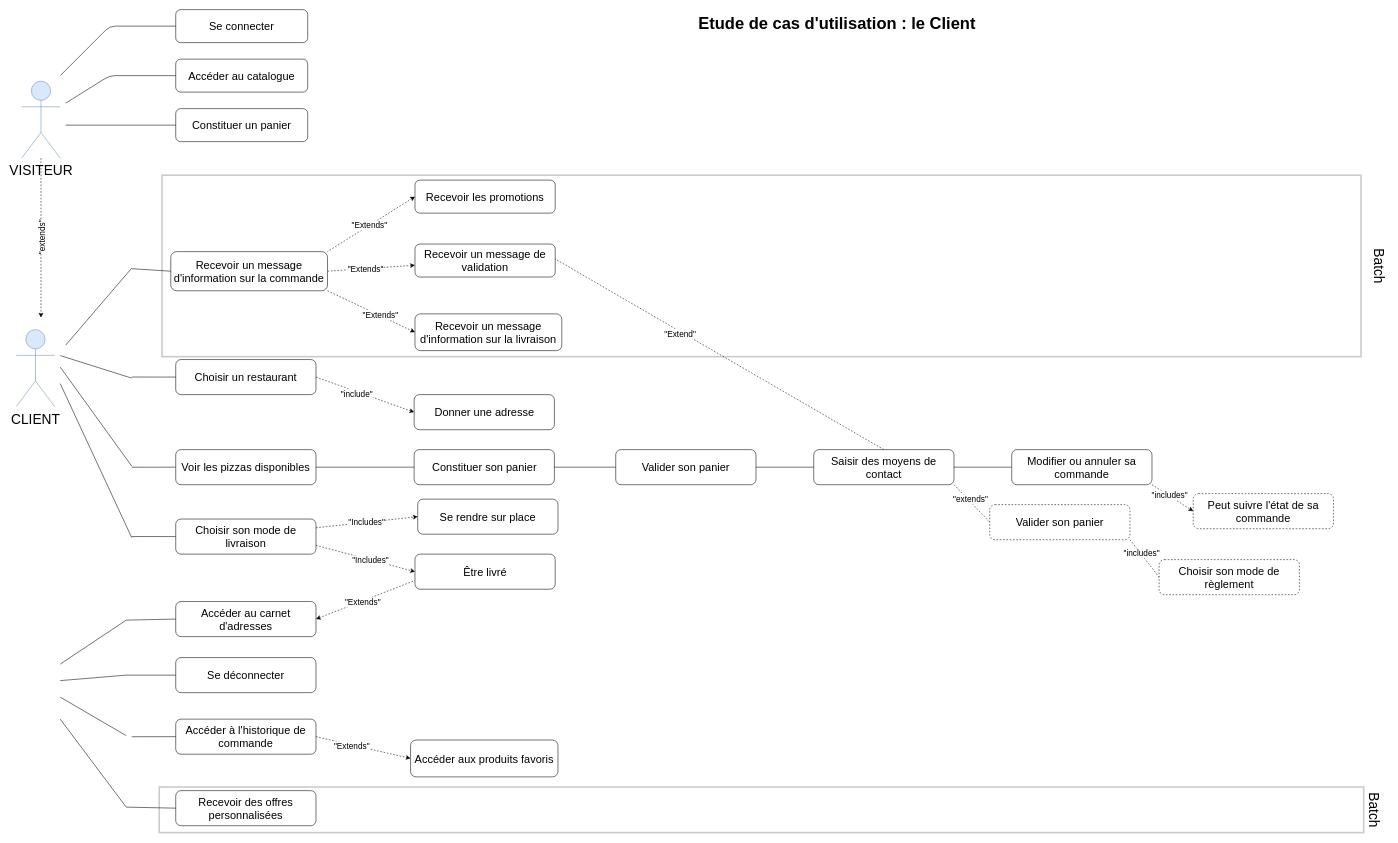
OMorlotti/P4-analyser-les-besoin-de-mon-client-pour-son-groupe-de-pizzerias keeps this draw.io diagram as 1.drawio. Above is the earlier version. Source tidied: cells renumbered, new cells numbered last; positions are measured from the earlier drawing's top-left corner, leaving out a move shared by most shapes. Both pictures are drawn from the tidied source at 55%, with x=0, y=0 at pixel (16, 9).
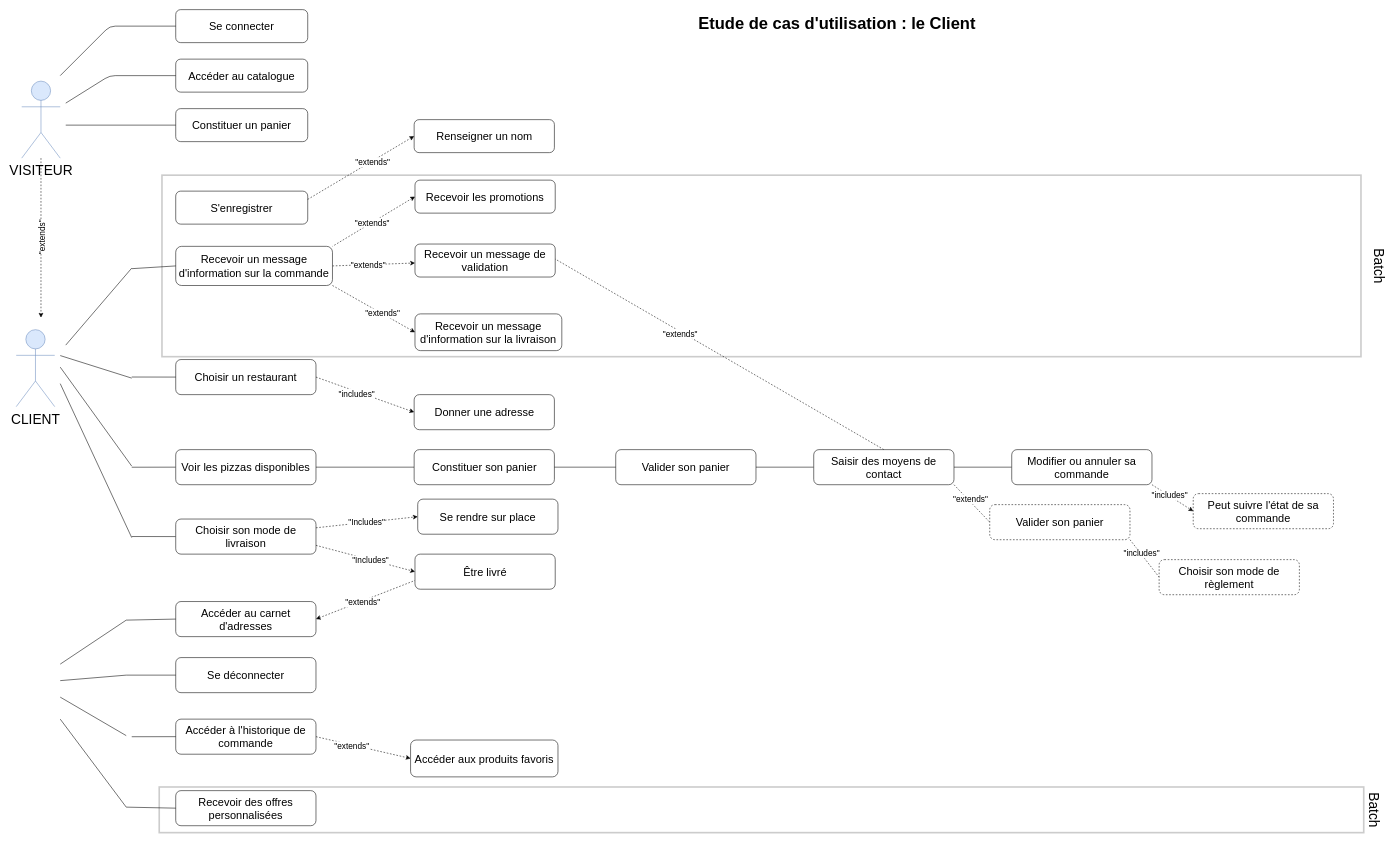
The same diagram, later.

Unchanged cells that the change refers to:
```xml
<mxCell id="13" style="endArrow=classic;html=1;entryX=0;entryY=0.5;entryDx=0;entryDy=0;exitX=1;exitY=0.5;exitDx=0;exitDy=0;dashed=1;" parent="1" edge="1" source="46" target="45">
  <mxGeometry relative="1" as="geometry" />
</mxCell>
<mxCell id="22" style="endArrow=none;html=1;dashed=1;entryX=0;entryY=0.75;entryDx=0;entryDy=0;exitX=1;exitY=0.5;exitDx=0;exitDy=0;endFill=0;startArrow=classic;startFill=1;" parent="1" edge="1" source="59" target="58">
  <mxGeometry relative="1" as="geometry" />
</mxCell>
<mxCell id="24" style="endArrow=none;html=1;exitX=0;exitY=0.5;exitDx=0;exitDy=0;dashed=1;endFill=0;startArrow=classic;startFill=1;entryX=1;entryY=0;entryDx=0;entryDy=0;" parent="1" edge="1" source="41" target="40">
  <mxGeometry relative="1" as="geometry" />
</mxCell>
<mxCell id="26" style="endArrow=classic;html=1;exitX=1;exitY=0.5;exitDx=0;exitDy=0;dashed=1;endFill=1;" parent="1" edge="1" source="40" target="42">
  <mxGeometry relative="1" as="geometry" />
</mxCell>
<mxCell id="28" style="endArrow=classic;html=1;exitX=1;exitY=1;exitDx=0;exitDy=0;dashed=1;startArrow=none;startFill=0;endFill=1;entryX=0;entryY=0.5;entryDx=0;entryDy=0;" parent="1" edge="1" source="40" target="43">
  <mxGeometry relative="1" as="geometry" />
</mxCell>
<mxCell id="31" style="endArrow=classic;dashed=1;html=1;entryX=0;entryY=0.5;entryDx=0;entryDy=0;exitX=1;exitY=0.5;exitDx=0;exitDy=0;endFill=1;" parent="1" edge="1" source="61" target="62">
  <mxGeometry relative="1" as="geometry" />
</mxCell>
<mxCell id="33" style="endArrow=classic;dashed=1;html=1;entryX=1;entryY=0.5;entryDx=0;entryDy=0;endFill=1;exitX=0.5;exitY=0;exitDx=0;exitDy=0;" parent="1" edge="1" source="51">
  <mxGeometry relative="1" as="geometry">
    <mxPoint x="960" y="441.9" as="targetPoint" />
  </mxGeometry>
</mxCell>
```

The edit, as a diff of the source:
```diff
@@
-    <mxCell id="14" value="&lt;font style=&quot;font-size: 15px&quot;&gt;&quot;include&quot;&lt;/font&gt;" style="edgeLabel;html=1;align=center;verticalAlign=middle;" parent="13" vertex="1">
+    <mxCell id="14" value="&lt;font style=&quot;font-size: 15px&quot;&gt;&quot;includes&quot;&lt;/font&gt;" style="edgeLabel;html=1;align=center;verticalAlign=middle;" parent="13" vertex="1">
       <mxGeometry x="-0.17" y="-3" relative="1" as="geometry" />
     </mxCell>
@@
-    <mxCell id="23" value="&lt;font style=&quot;font-size: 15px&quot;&gt;&quot;Extends&quot;&lt;/font&gt;" style="edgeLabel;html=1;align=center;verticalAlign=middle;" parent="22" vertex="1">
+    <mxCell id="23" value="&lt;font style=&quot;font-size: 15px&quot;&gt;&quot;extends&quot;&lt;/font&gt;" style="edgeLabel;html=1;align=center;verticalAlign=middle;" parent="22" vertex="1">
       <mxGeometry x="-0.07" y="-1" relative="1" as="geometry" />
     </mxCell>
@@
-    <mxCell id="25" value="&lt;font style=&quot;font-size: 15px&quot;&gt;&quot;Extends&quot;&lt;/font&gt;" style="edgeLabel;html=1;align=center;verticalAlign=middle;" parent="24" vertex="1">
+    <mxCell id="25" value="&lt;font style=&quot;font-size: 15px&quot;&gt;&quot;extends&quot;&lt;/font&gt;" style="edgeLabel;html=1;align=center;verticalAlign=middle;" parent="24" vertex="1">
       <mxGeometry x="0.04" y="-1" relative="1" as="geometry" />
     </mxCell>
@@
-    <mxCell id="27" value="&quot;Extends&quot;&lt;br style=&quot;font-size: 15px;&quot;&gt;" style="edgeLabel;html=1;align=center;verticalAlign=middle;fontSize=15;" parent="26" vertex="1">
+    <mxCell id="27" value="&quot;extends&quot;" style="edgeLabel;html=1;align=center;verticalAlign=middle;fontSize=15;" parent="26" vertex="1">
       <mxGeometry x="-0.13" y="-1" relative="1" as="geometry" />
     </mxCell>
@@
-    <mxCell id="29" value="&quot;Extends&quot;&lt;br style=&quot;font-size: 15px;&quot;&gt;" style="edgeLabel;html=1;align=center;verticalAlign=middle;fontSize=15;" parent="28" vertex="1">
+    <mxCell id="29" value="&quot;extends&quot;" style="edgeLabel;html=1;align=center;verticalAlign=middle;fontSize=15;" parent="28" vertex="1">
       <mxGeometry x="0.18" y="1" relative="1" as="geometry">
         <mxPoint x="1" as="offset" />
       </mxGeometry>
     </mxCell>
@@
-    <mxCell id="32" value="&quot;Extends&quot;" style="edgeLabel;html=1;align=center;verticalAlign=middle;fontSize=15;" parent="31" vertex="1">
+    <mxCell id="32" value="&quot;extends&quot;" style="edgeLabel;html=1;align=center;verticalAlign=middle;fontSize=15;" parent="31" vertex="1">
       <mxGeometry x="-0.25" y="-2" relative="1" as="geometry">
         <mxPoint x="1" as="offset" />
       </mxGeometry>
     </mxCell>
@@
-    <mxCell id="34" value="&lt;font style=&quot;font-size: 15px&quot;&gt;&quot;Extend&quot;&lt;/font&gt;" style="edgeLabel;html=1;align=center;verticalAlign=middle;" parent="33" vertex="1">
+    <mxCell id="34" value="&lt;font style=&quot;font-size: 15px&quot;&gt;&quot;extends&quot;&lt;/font&gt;" style="edgeLabel;html=1;align=center;verticalAlign=middle;" parent="33" vertex="1">
       <mxGeometry x="0.51" y="3" relative="1" as="geometry">
         <mxPoint x="97" y="56.4" as="offset" />
       </mxGeometry>
     </mxCell>
@@
     <mxCell id="40" value="&lt;font style=&quot;font-size: 20px&quot;&gt;Recevoir un message d'information sur la commande&lt;/font&gt;" style="rounded=1;whiteSpace=wrap;html=1;" parent="1" vertex="1">
-      <mxGeometry x="281" y="440" width="285" height="71.2" as="geometry" />
+      <mxGeometry x="290" y="430.4" width="285" height="71.2" as="geometry" />
     </mxCell>
@@
+    <mxCell id="82" value="&lt;span style=&quot;font-size: 20px&quot;&gt;S'enregistrer&lt;/span&gt;" style="rounded=1;whiteSpace=wrap;html=1;" parent="1" vertex="1">
+      <mxGeometry x="290" y="330" width="240" height="60" as="geometry" />
+    </mxCell>
+    <mxCell id="83" value="&lt;font style=&quot;font-size: 20px&quot;&gt;Renseigner un nom&lt;/font&gt;" style="rounded=1;whiteSpace=wrap;html=1;" parent="1" vertex="1">
+      <mxGeometry x="723.5" y="200" width="255" height="60" as="geometry" />
+    </mxCell>
+    <mxCell id="84" style="endArrow=classic;html=1;entryX=0;entryY=0.5;entryDx=0;entryDy=0;exitX=1;exitY=0.25;exitDx=0;exitDy=0;dashed=1;" parent="1" edge="1" source="82" target="83">
+      <mxGeometry relative="1" as="geometry" />
+    </mxCell>
+    <mxCell id="85" value="&lt;font style=&quot;font-size: 15px&quot;&gt;&quot;extends&quot;&lt;/font&gt;" style="edgeLabel;html=1;align=center;verticalAlign=middle;" parent="84" vertex="1">
+      <mxGeometry x="0.22" y="-2" relative="1" as="geometry">
+        <mxPoint x="-1" as="offset" />
+      </mxGeometry>
+    </mxCell>
```
